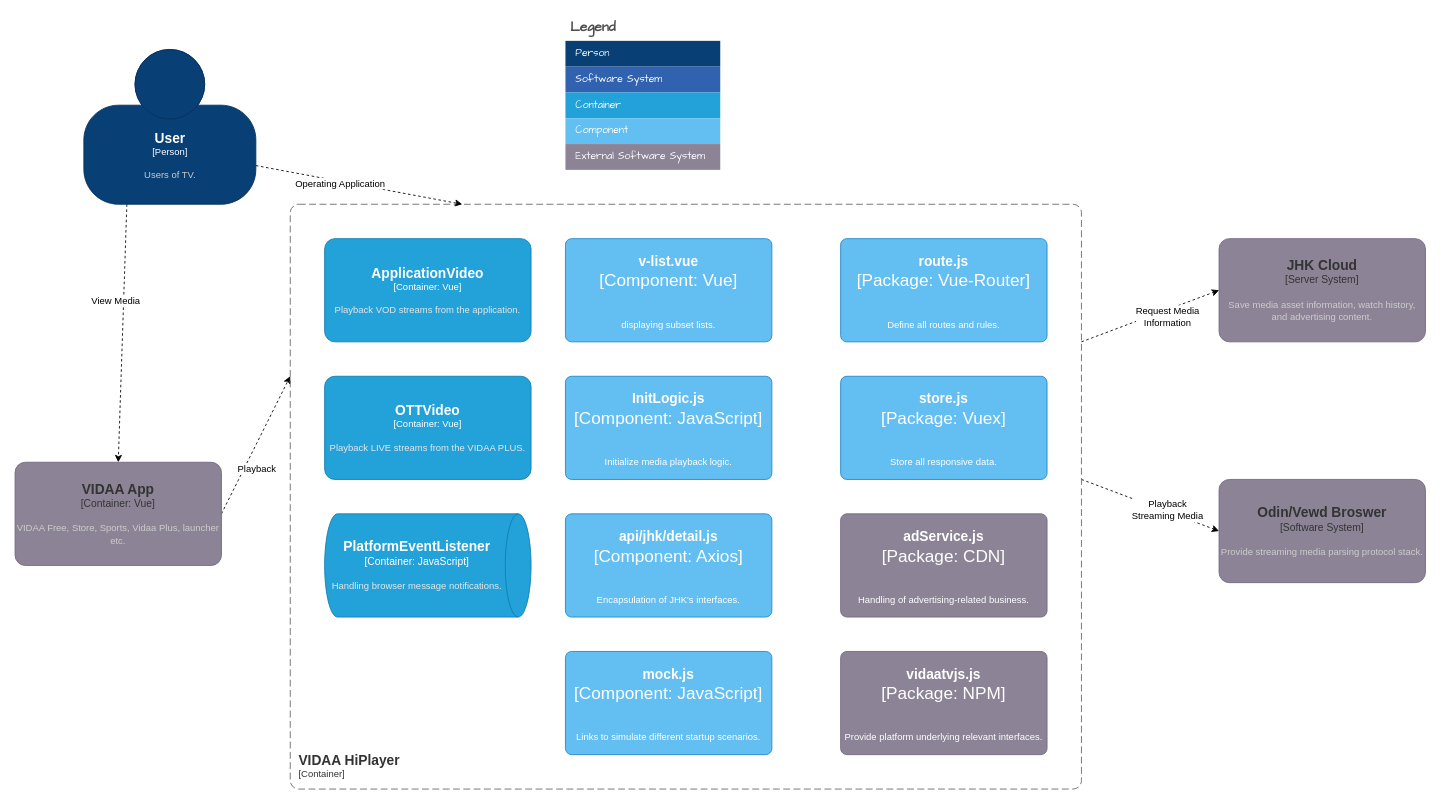
Before: page "Container Diagram 容器图" (5 of 7) of VIDAA HiPlayer.drawio in LeeDebug/drawio, a draw.io diagram. Source tidied: cells renumbered, new cells numbered last; positions are measured from the earlier drawing's top-left corner, leaving out a move shared by most shapes. Both pictures are drawn from the tidied source at 86%, with x=0, y=0 at pixel (15, 15).
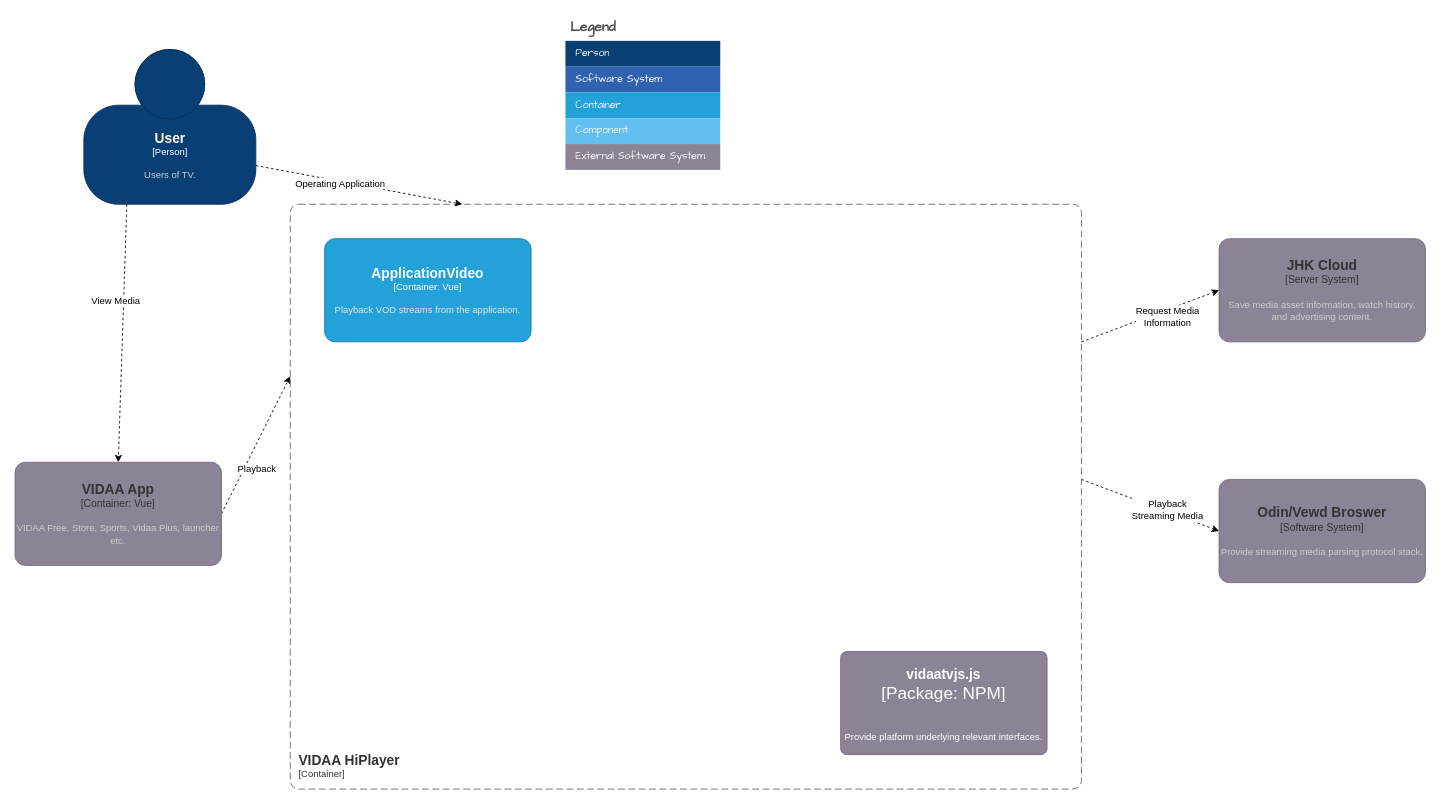
After the change.

Change to the diagram source:
```diff
@@
-    <object id="15" label="&lt;font style=&quot;font-size: 16px&quot;&gt;&lt;b&gt;%c4Name%&lt;/b&gt;&lt;/font&gt;&lt;div&gt;[%c4Type%: %c4Technology%]&lt;/div&gt;&lt;br&gt;&lt;div&gt;&lt;font style=&quot;font-size: 11px&quot;&gt;%c4Description%&lt;/font&gt;&lt;/div&gt;" c4Description="Initialize media playback logic." c4Name="InitLogic.js" c4Technology="JavaScript" c4Type="Component" placeholders="1">
-      <mxCell style="rounded=1;whiteSpace=wrap;html=1;labelBackgroundColor=none;fillColor=#63BEF2;fontColor=#ffffff;align=center;arcSize=6;strokeColor=#2086C9;hachureGap=4;fontFamily=Helvetica;fontSize=20;" parent="1" vertex="1">
-        <mxGeometry x="640" y="420" width="240" height="120" as="geometry" />
-      </mxCell>
-    </object>
@@
-    <object id="17" label="&lt;font style=&quot;font-size: 16px&quot;&gt;&lt;b&gt;%c4Name%&lt;/b&gt;&lt;/font&gt;&lt;div&gt;[%c4Type%: %c4Technology%]&lt;/div&gt;&lt;br&gt;&lt;div&gt;&lt;font style=&quot;font-size: 11px&quot;&gt;&lt;font color=&quot;#E6E6E6&quot;&gt;%c4Description%&lt;/font&gt;&lt;/font&gt;&lt;/div&gt;" c4Description="Playback LIVE streams from the VIDAA PLUS." c4Name="OTTVideo" c4Technology="Vue" c4Type="Container" placeholders="1">
-      <mxCell style="rounded=1;whiteSpace=wrap;html=1;fontSize=11;labelBackgroundColor=none;fillColor=#23A2D9;fontColor=#ffffff;align=center;arcSize=10;strokeColor=#0E7DAD;hachureGap=4;fontFamily=Helvetica;" parent="1" vertex="1">
-        <mxGeometry x="360" y="420" width="240" height="120" as="geometry" />
-      </mxCell>
-    </object>
-    <object id="18" label="&lt;font style=&quot;font-size: 16px&quot;&gt;&lt;b&gt;%c4Type%&lt;/b&gt;&lt;/font&gt;&lt;div&gt;[%c4Container%:&amp;nbsp;%c4Technology%]&lt;/div&gt;&lt;br&gt;&lt;div&gt;&lt;font style=&quot;font-size: 11px&quot;&gt;&lt;font color=&quot;#E6E6E6&quot;&gt;%c4Description%&lt;/font&gt;&lt;/font&gt;&lt;/div&gt;" c4Container="Container" c4Description="Handling browser message notifications." c4Technology="JavaScript" c4Type="PlatformEventListener" placeholders="1">
-      <mxCell style="shape=cylinder3;size=15;direction=south;whiteSpace=wrap;html=1;boundedLbl=1;rounded=0;labelBackgroundColor=none;fillColor=#23A2D9;fontSize=12;fontColor=#ffffff;align=center;strokeColor=#0E7DAD;hachureGap=4;fontFamily=Helvetica;" parent="1" vertex="1">
-        <mxGeometry x="360" y="580" width="240" height="120" as="geometry" />
-      </mxCell>
-    </object>
-    <object id="19" label="&lt;font style=&quot;font-size: 16px&quot;&gt;&lt;b&gt;%c4Name%&lt;/b&gt;&lt;/font&gt;&lt;div&gt;[%c4Type%: %c4Technology%]&lt;/div&gt;&lt;br&gt;&lt;div&gt;&lt;font style=&quot;font-size: 11px&quot;&gt;%c4Description%&lt;/font&gt;&lt;/div&gt;" c4Description="Encapsulation of JHK's interfaces." c4Name="api/jhk/detail.js" c4Technology="Axios" c4Type="Component" placeholders="1">
-      <mxCell style="rounded=1;whiteSpace=wrap;html=1;labelBackgroundColor=none;fillColor=#63BEF2;fontColor=#ffffff;align=center;arcSize=6;strokeColor=#2086C9;hachureGap=4;fontFamily=Helvetica;fontSize=20;" parent="1" vertex="1">
-        <mxGeometry x="640" y="580" width="240" height="120" as="geometry" />
-      </mxCell>
-    </object>
-    <object id="20" label="&lt;font style=&quot;font-size: 16px&quot;&gt;&lt;b&gt;%c4Name%&lt;/b&gt;&lt;/font&gt;&lt;div&gt;[%c4Type%: %c4Technology%]&lt;/div&gt;&lt;br&gt;&lt;div&gt;&lt;font style=&quot;font-size: 11px&quot;&gt;%c4Description%&lt;/font&gt;&lt;/div&gt;" c4Description="Store all responsive data." c4Name="store.js" c4Technology="Vuex" c4Type="Package" placeholders="1">
-      <mxCell style="rounded=1;whiteSpace=wrap;html=1;labelBackgroundColor=none;fillColor=#63BEF2;fontColor=#ffffff;align=center;arcSize=6;strokeColor=#2086C9;hachureGap=4;fontFamily=Helvetica;fontSize=20;" parent="1" vertex="1">
-        <mxGeometry x="960" y="420" width="240" height="120" as="geometry" />
-      </mxCell>
-    </object>
-    <object id="21" label="&lt;font style=&quot;font-size: 16px&quot;&gt;&lt;b&gt;%c4Name%&lt;/b&gt;&lt;/font&gt;&lt;div&gt;[%c4Type%: %c4Technology%]&lt;/div&gt;&lt;br&gt;&lt;div&gt;&lt;font style=&quot;font-size: 11px&quot;&gt;%c4Description%&lt;/font&gt;&lt;/div&gt;" c4Description="Define all routes and rules." c4Name="route.js" c4Technology="Vue-Router" c4Type="Package" placeholders="1">
-      <mxCell style="rounded=1;whiteSpace=wrap;html=1;labelBackgroundColor=none;fillColor=#63BEF2;fontColor=#ffffff;align=center;arcSize=6;strokeColor=#2086C9;hachureGap=4;fontFamily=Helvetica;fontSize=20;" parent="1" vertex="1">
-        <mxGeometry x="960" y="260" width="240" height="120" as="geometry" />
-      </mxCell>
-    </object>
@@
-    <object id="33" label="&lt;font style=&quot;font-size: 16px&quot;&gt;&lt;b&gt;%c4Name%&lt;/b&gt;&lt;/font&gt;&lt;div&gt;[%c4Type%: %c4Technology%]&lt;/div&gt;&lt;br&gt;&lt;div&gt;&lt;font style=&quot;font-size: 11px&quot;&gt;%c4Description%&lt;/font&gt;&lt;/div&gt;" c4Description="displaying subset lists." c4Name="v-list.vue" c4Technology="Vue" c4Type="Component" placeholders="1">
-      <mxCell style="rounded=1;whiteSpace=wrap;html=1;labelBackgroundColor=none;fillColor=#63BEF2;fontColor=#ffffff;align=center;arcSize=6;strokeColor=#2086C9;hachureGap=4;fontFamily=Helvetica;fontSize=20;" parent="1" vertex="1">
-        <mxGeometry x="640" y="260" width="240" height="120" as="geometry" />
-      </mxCell>
-    </object>
-    <object id="34" label="&lt;font style=&quot;font-size: 16px&quot;&gt;&lt;b&gt;%c4Name%&lt;/b&gt;&lt;/font&gt;&lt;div&gt;[%c4Type%: %c4Technology%]&lt;/div&gt;&lt;br&gt;&lt;div&gt;&lt;font style=&quot;font-size: 11px&quot;&gt;%c4Description%&lt;/font&gt;&lt;/div&gt;" c4Description="Handling of advertising-related business." c4Name="adService.js" c4Technology="CDN" c4Type="Package" placeholders="1">
-      <mxCell style="rounded=1;whiteSpace=wrap;html=1;labelBackgroundColor=none;fillColor=#8C8496;fontColor=#ffffff;align=center;arcSize=6;strokeColor=#736782;hachureGap=4;fontFamily=Helvetica;fontSize=20;" parent="1" vertex="1">
-        <mxGeometry x="960" y="580" width="240" height="120" as="geometry" />
-      </mxCell>
-    </object>
@@
-    <object id="36" label="&lt;font style=&quot;font-size: 16px&quot;&gt;&lt;b&gt;%c4Name%&lt;/b&gt;&lt;/font&gt;&lt;div&gt;[%c4Type%: %c4Technology%]&lt;/div&gt;&lt;br&gt;&lt;div&gt;&lt;font style=&quot;font-size: 11px&quot;&gt;%c4Description%&lt;/font&gt;&lt;/div&gt;" c4Description="Links to simulate different startup scenarios." c4Name="mock.js" c4Technology="JavaScript" c4Type="Component" placeholders="1">
-      <mxCell style="rounded=1;whiteSpace=wrap;html=1;labelBackgroundColor=none;fillColor=#63BEF2;fontColor=#ffffff;align=center;arcSize=6;strokeColor=#2086C9;hachureGap=4;fontFamily=Helvetica;fontSize=20;" parent="1" vertex="1">
-        <mxGeometry x="640" y="740" width="240" height="120" as="geometry" />
-      </mxCell>
-    </object>
```
